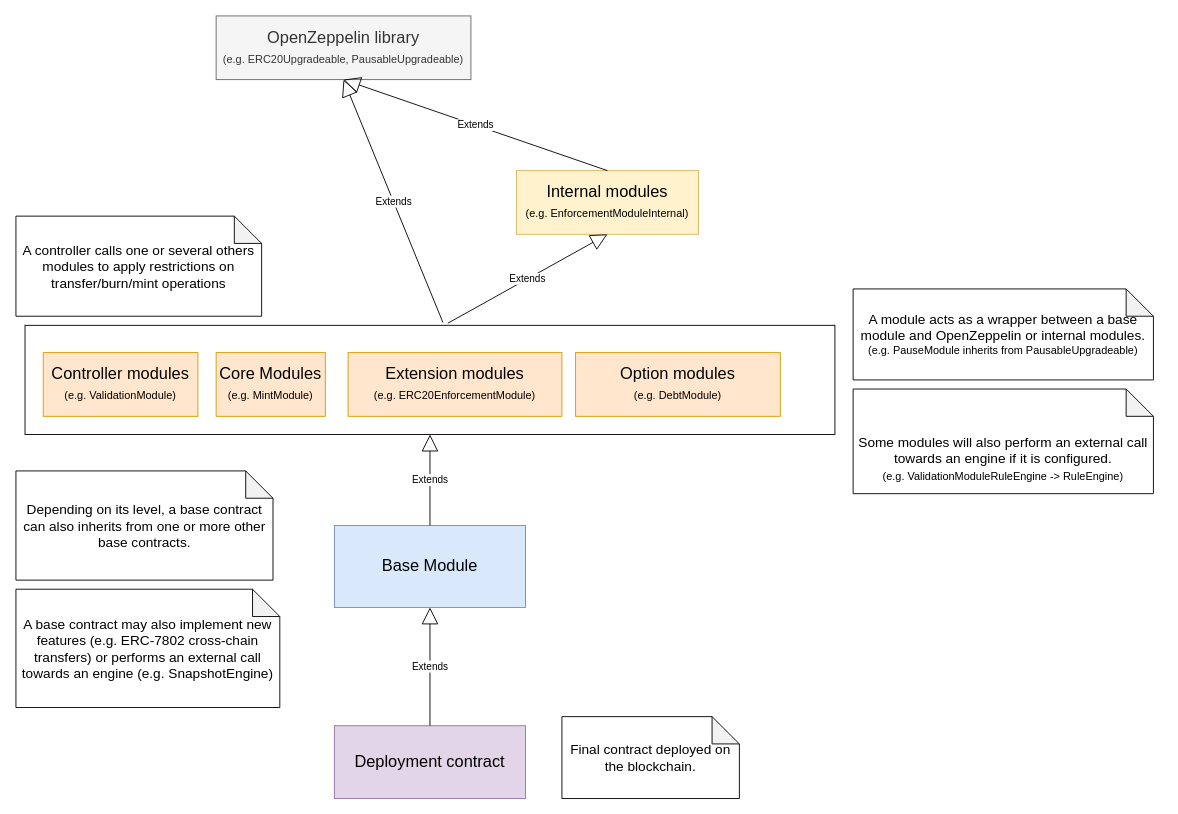
Above: page "architecture-overview-archive" (3 of 4) of doc/schema/drawio/architecture.drawio in CMTA/CMTAT (draw.io), before the change. Source tidied: cells renumbered, new cells numbered last; positions are measured from the earlier drawing's top-left corner, leaving out a move shared by most shapes. Both pictures are drawn from the tidied source at 91%, with x=0, y=0 at pixel (15, 15).
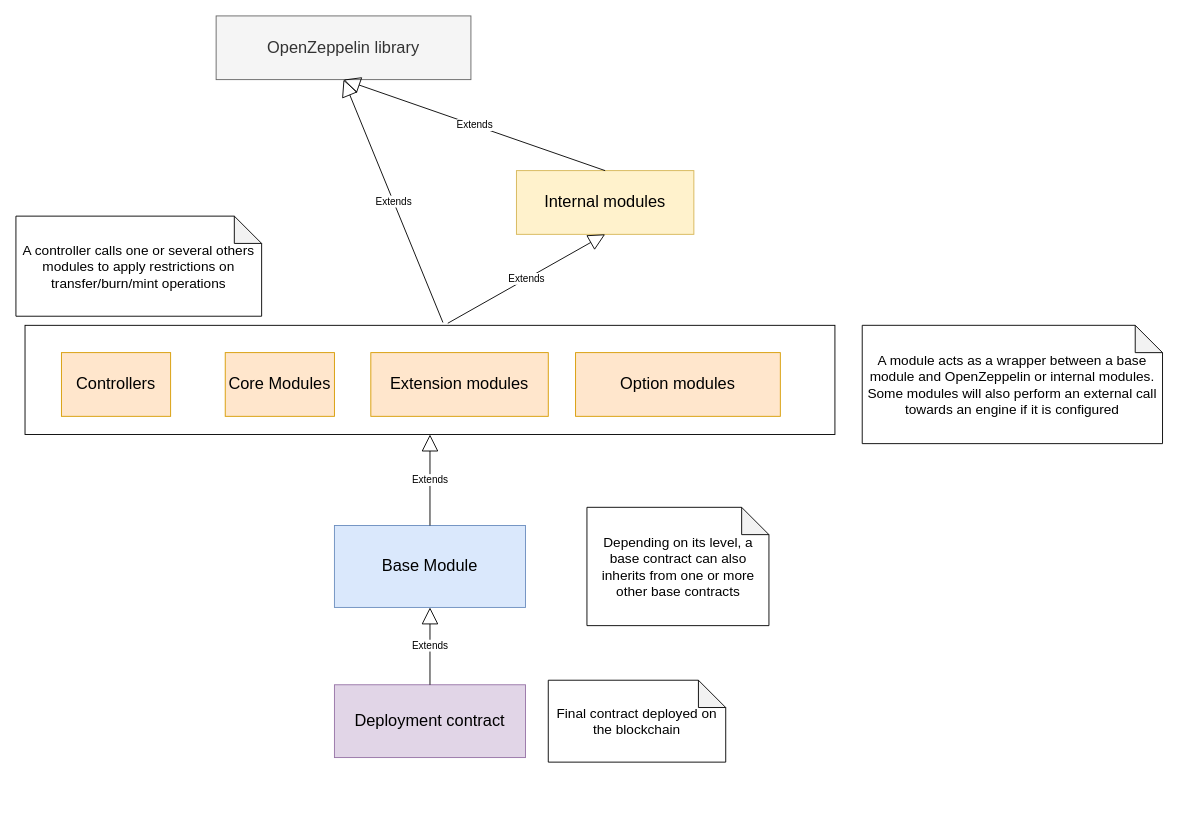
Above is the later version.

Diff of the diagram source:
```diff
@@
     <mxCell id="4" value="Deployment contract" style="rounded=0;whiteSpace=wrap;html=1;fillColor=#e1d5e7;strokeColor=#9673a6;fontSize=18;" parent="1" vertex="1">
-      <mxGeometry x="350" y="780" width="210" height="80" as="geometry" />
+      <mxGeometry x="350" y="735" width="210" height="80" as="geometry" />
     </mxCell>
@@
-    <mxCell id="6" value="Extension modules&lt;br&gt;&lt;font style=&quot;font-size: 12px;&quot;&gt;(e.g. ERC20EnforcementModule)&lt;/font&gt;" style="rounded=0;whiteSpace=wrap;html=1;fontSize=18;fillColor=#ffe6cc;strokeColor=#d79b00;" parent="1" vertex="1">
-      <mxGeometry x="365" y="370" width="235" height="70" as="geometry" />
+    <mxCell id="6" value="Extension modules" style="rounded=0;whiteSpace=wrap;html=1;fontSize=18;fillColor=#ffe6cc;strokeColor=#d79b00;" parent="1" vertex="1">
+      <mxGeometry x="390" y="370" width="195" height="70" as="geometry" />
     </mxCell>
-    <mxCell id="7" value="Core Modules&lt;br&gt;&lt;font style=&quot;font-size: 12px;&quot;&gt;(e.g. MintModule)&lt;/font&gt;" style="rounded=0;whiteSpace=wrap;html=1;fontSize=18;fillColor=#ffe6cc;strokeColor=#d79b00;" parent="1" vertex="1">
-      <mxGeometry x="220" y="370" width="120" height="70" as="geometry" />
+    <mxCell id="7" value="Core Modules" style="rounded=0;whiteSpace=wrap;html=1;fontSize=18;fillColor=#ffe6cc;strokeColor=#d79b00;" parent="1" vertex="1">
+      <mxGeometry x="230" y="370" width="120" height="70" as="geometry" />
     </mxCell>
-    <mxCell id="8" value="Option modules&lt;br&gt;&lt;font style=&quot;font-size: 12px;&quot;&gt;(e.g. DebtModule)&lt;/font&gt;" style="rounded=0;whiteSpace=wrap;html=1;fontSize=18;fillColor=#ffe6cc;strokeColor=#d79b00;" parent="1" vertex="1">
+    <mxCell id="8" value="Option modules" style="rounded=0;whiteSpace=wrap;html=1;fontSize=18;fillColor=#ffe6cc;strokeColor=#d79b00;" parent="1" vertex="1">
       <mxGeometry x="615" y="370" width="225" height="70" as="geometry" />
     </mxCell>
-    <mxCell id="9" value="OpenZeppelin library&lt;br&gt;&lt;font style=&quot;font-size: 12px;&quot;&gt;(e.g. ERC20Upgradeable, PausableUpgradeable)&lt;/font&gt;" style="rounded=0;whiteSpace=wrap;html=1;fontSize=18;fillColor=#f5f5f5;strokeColor=#666666;fontColor=#333333;" parent="1" vertex="1">
+    <mxCell id="9" value="OpenZeppelin library" style="rounded=0;whiteSpace=wrap;html=1;fontSize=18;fillColor=#f5f5f5;strokeColor=#666666;fontColor=#333333;" parent="1" vertex="1">
       <mxGeometry x="220" width="280" height="70" as="geometry" />
     </mxCell>
@@
-    <mxCell id="11" value="Internal modules&lt;br&gt;&lt;font style=&quot;font-size: 12px;&quot;&gt;(e.g. EnforcementModuleInternal)&lt;/font&gt;" style="rounded=0;whiteSpace=wrap;html=1;fontSize=18;fillColor=#fff2cc;strokeColor=#d6b656;" parent="1" vertex="1">
-      <mxGeometry x="550" y="170" width="200" height="70" as="geometry" />
+    <mxCell id="11" value="Internal modules" style="rounded=0;whiteSpace=wrap;html=1;fontSize=18;fillColor=#fff2cc;strokeColor=#d6b656;" parent="1" vertex="1">
+      <mxGeometry x="550" y="170" width="195" height="70" as="geometry" />
     </mxCell>
@@
-    <mxCell id="15" value="Final contract deployed on the blockchain." style="shape=note;whiteSpace=wrap;html=1;backgroundOutline=1;darkOpacity=0.05;fontSize=15;" parent="1" vertex="1">
-      <mxGeometry x="600" y="770" width="195" height="90" as="geometry" />
+    <mxCell id="15" value="Final contract deployed on the blockchain" style="shape=note;whiteSpace=wrap;html=1;backgroundOutline=1;darkOpacity=0.05;fontSize=15;" parent="1" vertex="1">
+      <mxGeometry x="585" y="730" width="195" height="90" as="geometry" />
     </mxCell>
-    <mxCell id="16" value="Depending on its level, a base contract can also inherits from one or more other base contracts.&lt;br&gt;" style="shape=note;whiteSpace=wrap;html=1;backgroundOutline=1;darkOpacity=0.05;fontSize=15;" parent="1" vertex="1">
-      <mxGeometry y="500" width="282.5" height="120" as="geometry" />
+    <mxCell id="16" value="Depending on its level, a base contract can also inherits from one or more other base contracts" style="shape=note;whiteSpace=wrap;html=1;backgroundOutline=1;darkOpacity=0.05;fontSize=15;" parent="1" vertex="1">
+      <mxGeometry x="627.5" y="540" width="200" height="130" as="geometry" />
     </mxCell>
-    <mxCell id="17" value="&lt;br&gt;&lt;br&gt;Some modules will also perform an external call towards an engine if it is configured.&lt;br&gt;&lt;font style=&quot;font-size: 12px;&quot;&gt;(e.g. ValidationModuleRuleEngine -&amp;gt; RuleEngine)&lt;/font&gt;" style="shape=note;whiteSpace=wrap;html=1;backgroundOutline=1;darkOpacity=0.05;fontSize=15;" parent="1" vertex="1">
-      <mxGeometry x="920" y="410" width="330" height="115" as="geometry" />
+    <mxCell id="17" value="A module acts as a wrapper between a base module and OpenZeppelin or internal modules.&lt;br&gt;Some modules will also perform an external call towards an engine if it is configured" style="shape=note;whiteSpace=wrap;html=1;backgroundOutline=1;darkOpacity=0.05;fontSize=15;" parent="1" vertex="1">
+      <mxGeometry x="930" y="340" width="330" height="130" as="geometry" />
     </mxCell>
-    <mxCell id="18" value="Controller modules&lt;br&gt;&lt;font style=&quot;font-size: 12px;&quot;&gt;(e.g. ValidationModule)&lt;/font&gt;" style="rounded=0;whiteSpace=wrap;html=1;fontSize=18;fillColor=#ffe6cc;strokeColor=#d79b00;" parent="1" vertex="1">
-      <mxGeometry x="30" y="370" width="170" height="70" as="geometry" />
+    <mxCell id="18" value="Controllers" style="rounded=0;whiteSpace=wrap;html=1;fontSize=18;fillColor=#ffe6cc;strokeColor=#d79b00;" parent="1" vertex="1">
+      <mxGeometry x="50" y="370" width="120" height="70" as="geometry" />
     </mxCell>
@@
-    <mxCell id="20" value="&lt;span style=&quot;font-size: 15px;&quot;&gt;A module acts as a wrapper between a base module and OpenZeppelin or internal modules.&lt;/span&gt;&lt;br style=&quot;font-size: 15px;&quot;&gt;(e.g. PauseModule inherits from PausableUpgradeable)" style="shape=note;whiteSpace=wrap;html=1;backgroundOutline=1;darkOpacity=0.05;fontSize=12;" parent="1" vertex="1">
-      <mxGeometry x="920" y="300" width="330" height="100" as="geometry" />
-    </mxCell>
-    <mxCell id="21" value="A base contract may also implement new features (e.g. ERC-7802 cross-chain transfers) or performs an external call towards an engine (e.g. SnapshotEngine)" style="shape=note;whiteSpace=wrap;html=1;backgroundOutline=1;darkOpacity=0.05;fontSize=15;" parent="1" vertex="1">
-      <mxGeometry y="630" width="290" height="130" as="geometry" />
-    </mxCell>
```
